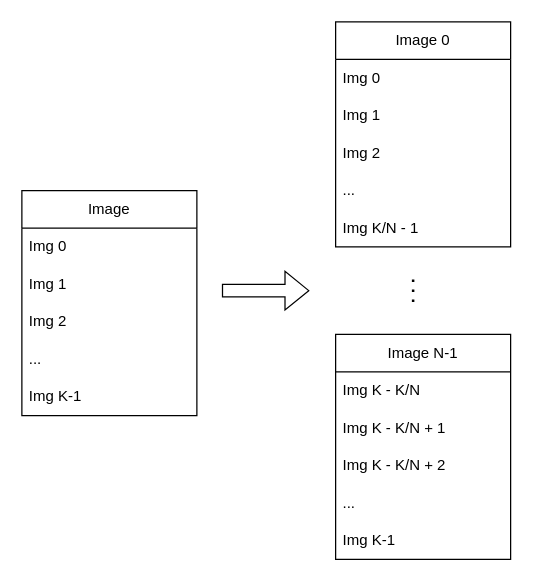
Above: 图像分组.drawio in jkersmith/reimagined-doodle (draw.io), before the change. Source tidied: cells renumbered, new cells numbered last; positions are measured from the earlier drawing's top-left corner, leaving out a move shared by most shapes. Both pictures are drawn from the tidied source at 125%, with x=0, y=0 at pixel (21, 21).
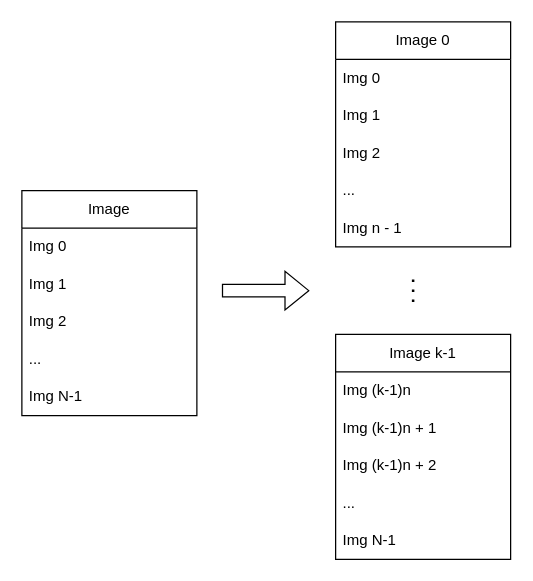
After the change.

Commit message:
更新图像分组.drawio

The change refers to these unchanged cells:
```xml
<mxCell id="2" style="group;" parent="1" vertex="1">
  <mxGeometry y="135" width="140" height="180" as="geometry" />
</mxCell>
<mxCell id="10" style="group;" parent="1" vertex="1">
  <mxGeometry x="251" y="250" width="140" height="180" as="geometry" />
</mxCell>
<mxCell id="17" style="group;" parent="1" vertex="1">
  <mxGeometry x="251" width="140" height="180" as="geometry" />
</mxCell>
```

Diff of the diagram source:
```diff
@@
-    <mxCell id="5" value="Img K-1" style="text;strokeColor=none;fillColor=none;align=left;verticalAlign=middle;spacingLeft=4;spacingRight=4;overflow=hidden;whiteSpace=wrap;html=1;" parent="2" vertex="1">
+    <mxCell id="5" value="Img N-1" style="text;strokeColor=none;fillColor=none;align=left;verticalAlign=middle;spacingLeft=4;spacingRight=4;overflow=hidden;whiteSpace=wrap;html=1;" parent="2" vertex="1">
       <mxGeometry y="150" width="140" height="30" as="geometry" />
     </mxCell>
@@
-    <mxCell id="11" value="Image N-1" style="swimlane;fontStyle=0;horizontal=1;startSize=30;whiteSpace=wrap;html=1;" parent="10" vertex="1">
+    <mxCell id="11" value="Image k-1" style="swimlane;fontStyle=0;horizontal=1;startSize=30;whiteSpace=wrap;html=1;" parent="10" vertex="1">
       <mxGeometry width="140" height="180" as="geometry" />
     </mxCell>
@@
-    <mxCell id="13" value="Img K-1" style="text;strokeColor=none;fillColor=none;align=left;verticalAlign=middle;spacingLeft=4;spacingRight=4;overflow=hidden;whiteSpace=wrap;html=1;" parent="10" vertex="1">
+    <mxCell id="13" value="Img N-1" style="text;strokeColor=none;fillColor=none;align=left;verticalAlign=middle;spacingLeft=4;spacingRight=4;overflow=hidden;whiteSpace=wrap;html=1;" parent="10" vertex="1">
       <mxGeometry y="150" width="140" height="30" as="geometry" />
     </mxCell>
-    <mxCell id="14" value="Img K - K/N" style="text;strokeColor=none;fillColor=none;align=left;verticalAlign=middle;spacingLeft=4;spacingRight=4;overflow=hidden;whiteSpace=wrap;html=1;" parent="10" vertex="1">
+    <mxCell id="14" value="Img (k-1)n" style="text;strokeColor=none;fillColor=none;align=left;verticalAlign=middle;spacingLeft=4;spacingRight=4;overflow=hidden;whiteSpace=wrap;html=1;" parent="10" vertex="1">
       <mxGeometry y="30" width="140" height="30" as="geometry" />
     </mxCell>
-    <mxCell id="15" value="Img K - K/N + 1" style="text;strokeColor=none;fillColor=none;align=left;verticalAlign=middle;spacingLeft=4;spacingRight=4;overflow=hidden;whiteSpace=wrap;html=1;" parent="10" vertex="1">
+    <mxCell id="15" value="Img (k-1)n + 1" style="text;strokeColor=none;fillColor=none;align=left;verticalAlign=middle;spacingLeft=4;spacingRight=4;overflow=hidden;whiteSpace=wrap;html=1;" parent="10" vertex="1">
       <mxGeometry y="60" width="140" height="30" as="geometry" />
     </mxCell>
-    <mxCell id="16" value="Img K - K/N + 2" style="text;strokeColor=none;fillColor=none;align=left;verticalAlign=middle;spacingLeft=4;spacingRight=4;overflow=hidden;whiteSpace=wrap;html=1;" parent="10" vertex="1">
+    <mxCell id="16" value="Img (k-1)n + 2" style="text;strokeColor=none;fillColor=none;align=left;verticalAlign=middle;spacingLeft=4;spacingRight=4;overflow=hidden;whiteSpace=wrap;html=1;" parent="10" vertex="1">
       <mxGeometry y="90" width="140" height="30" as="geometry" />
     </mxCell>
@@
-    <mxCell id="20" value="Img K/N - 1" style="text;strokeColor=none;fillColor=none;align=left;verticalAlign=middle;spacingLeft=4;spacingRight=4;overflow=hidden;whiteSpace=wrap;html=1;" parent="17" vertex="1">
+    <mxCell id="20" value="Img n - 1" style="text;strokeColor=none;fillColor=none;align=left;verticalAlign=middle;spacingLeft=4;spacingRight=4;overflow=hidden;whiteSpace=wrap;html=1;" parent="17" vertex="1">
       <mxGeometry y="150" width="140" height="30" as="geometry" />
     </mxCell>
```
